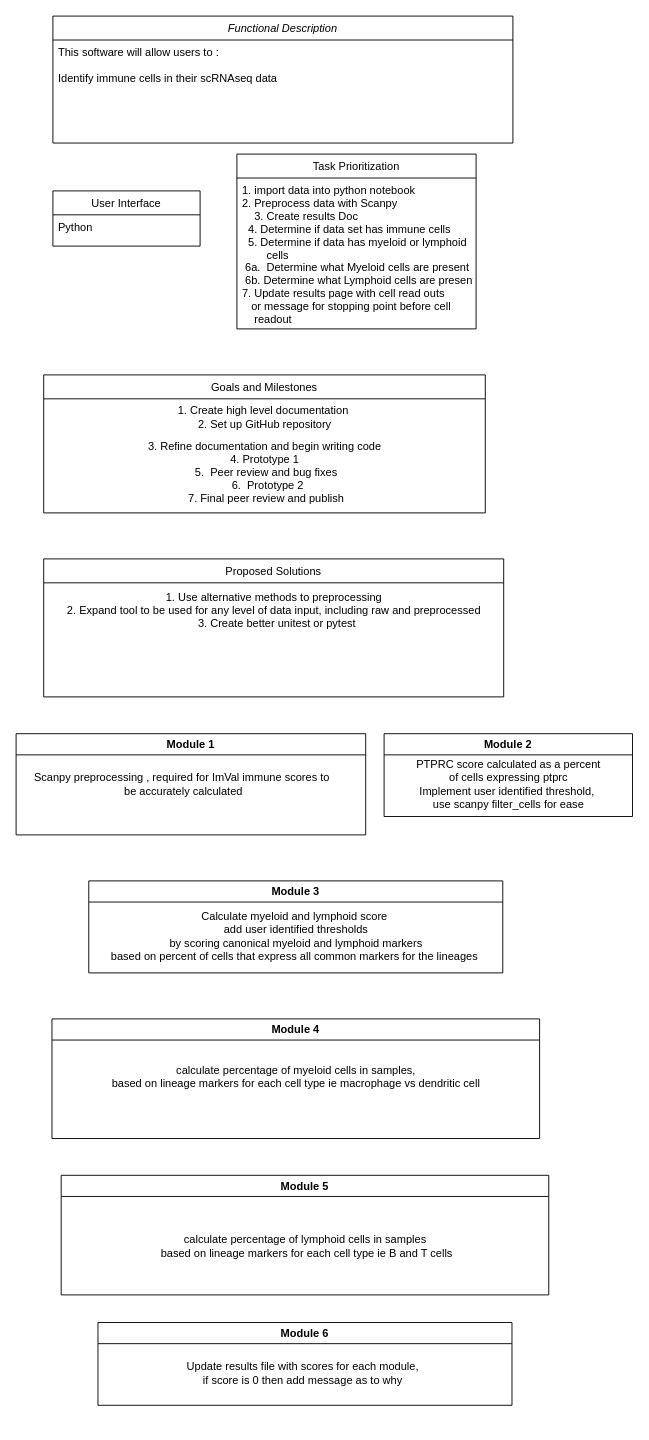
The draw.io diagram Bioinf_576_DDS for ImVal.drawio in abbyvallie/Bioinf_576_resources, before the edit. Source tidied: cells renumbered, new cells numbered last; positions are measured from the earlier drawing's top-left corner, leaving out a move shared by most shapes. Both pictures are drawn from the tidied source at 92%, with x=0, y=0 at pixel (16, 16).
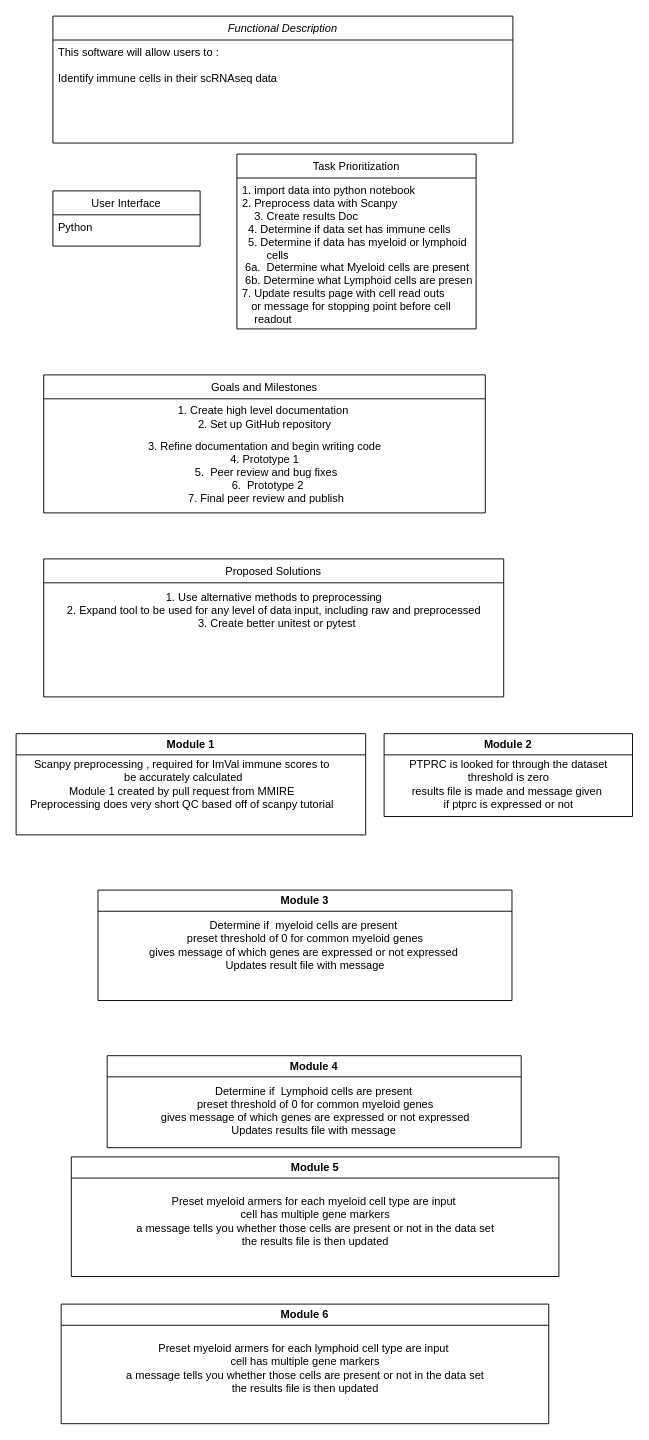
Above is the later version.

The change refers to these unchanged cells:
```xml
<mxCell id="13" value="Module 1" style="swimlane;whiteSpace=wrap;html=1;" parent="1" vertex="1">
  <mxGeometry y="780" width="380" height="110" as="geometry" />
</mxCell>
<mxCell id="15" value="Module 2" style="swimlane;whiteSpace=wrap;html=1;" parent="1" vertex="1">
  <mxGeometry x="400" y="780" width="270" height="90" as="geometry" />
</mxCell>
```

The edit, as a diff of the source:
```diff
@@
-    <mxCell id="14" value="Scanpy preprocessing , required for ImVal immune scores to&lt;br&gt;&amp;nbsp;be accurately calculated" style="text;html=1;align=center;verticalAlign=middle;strokeColor=none;fillColor=none;" parent="13" vertex="1">
-      <mxGeometry x="10" y="35" width="340" height="40" as="geometry" />
+    <mxCell id="14" value="Scanpy preprocessing , required for ImVal immune scores to&lt;br&gt;&amp;nbsp;be accurately calculated&lt;div&gt;Module 1 created by pull request from MMIRE&lt;/div&gt;&lt;div&gt;Preprocessing does very short QC based off of scanpy tutorial&lt;/div&gt;" style="text;html=1;align=center;verticalAlign=middle;strokeColor=none;fillColor=none;" parent="13" vertex="1">
+      <mxGeometry x="5" y="20" width="350" height="70" as="geometry" />
     </mxCell>
@@
-    <mxCell id="16" value="PTPRC score calculated as a percent&lt;br&gt;of cells expressing ptprc&lt;div&gt;Implement user identified threshold,&amp;nbsp;&lt;/div&gt;&lt;div&gt;use scanpy filter_cells for ease&lt;/div&gt;" style="text;html=1;align=center;verticalAlign=middle;strokeColor=none;fillColor=none;" parent="15" vertex="1">
-      <mxGeometry x="25" y="20" width="220" height="70" as="geometry" />
+    <mxCell id="16" value="PTPRC is looked for through the dataset&lt;div&gt;threshold is zero&lt;/div&gt;&lt;div&gt;results file is made and message given&amp;nbsp;&lt;/div&gt;&lt;div&gt;if ptprc is expressed or not&lt;/div&gt;" style="text;html=1;align=center;verticalAlign=middle;strokeColor=none;fillColor=none;" parent="15" vertex="1">
+      <mxGeometry x="15" y="20" width="240" height="70" as="geometry" />
     </mxCell>
+    <mxCell id="19" value="Module 5" style="swimlane;whiteSpace=wrap;html=1;" parent="1" vertex="1">
+      <mxGeometry x="60" y="1240" width="530" height="130" as="geometry" />
+    </mxCell>
+    <mxCell id="20" value="&lt;div&gt;Preset myeloid armers for each myeloid cell type are input&amp;nbsp;&lt;/div&gt;&lt;div&gt;cell has multiple gene markers&lt;/div&gt;&lt;div&gt;a message tells you whether those cells are present or not in the data set&lt;/div&gt;&lt;div&gt;the results file is then updated&lt;/div&gt;" style="text;html=1;align=center;verticalAlign=middle;strokeColor=none;fillColor=none;" parent="19" vertex="1">
+      <mxGeometry x="60" y="35" width="410" height="70" as="geometry" />
+    </mxCell>
+    <mxCell id="23" value="Module 6" style="swimlane;whiteSpace=wrap;html=1;" parent="1" vertex="1">
+      <mxGeometry x="49" y="1400" width="530" height="130" as="geometry" />
+    </mxCell>
+    <mxCell id="24" value="&lt;div&gt;Preset myeloid armers for each lymphoid cell type are input&amp;nbsp;&lt;/div&gt;&lt;div&gt;cell has multiple gene markers&lt;/div&gt;&lt;div&gt;a message tells you whether those cells are present or not in the data set&lt;/div&gt;&lt;div&gt;the results file is then updated&lt;/div&gt;" style="text;html=1;align=center;verticalAlign=middle;strokeColor=none;fillColor=none;" parent="23" vertex="1">
+      <mxGeometry x="60" y="35" width="410" height="70" as="geometry" />
+    </mxCell>
+    <mxCell id="25" value="Module 3" style="swimlane;whiteSpace=wrap;html=1;" parent="1" vertex="1">
+      <mxGeometry x="89" y="950" width="450" height="120" as="geometry" />
+    </mxCell>
+    <mxCell id="26" value="Determine if &amp;nbsp;myeloid cells are present&amp;nbsp;&lt;div&gt;preset threshold of 0 for common myeloid genes&lt;br&gt;gives message of which genes are expressed or not expressed&amp;nbsp;&lt;/div&gt;&lt;div&gt;Updates result file with message&lt;/div&gt;" style="text;html=1;align=center;verticalAlign=middle;strokeColor=none;fillColor=none;" parent="25" vertex="1">
+      <mxGeometry x="45" y="25" width="360" height="70" as="geometry" />
+    </mxCell>
-    <mxCell id="17" value="Module 3" style="swimlane;whiteSpace=wrap;html=1;" parent="1" vertex="1">
-      <mxGeometry x="79" y="940" width="450" height="100" as="geometry" />
+    <mxCell id="17" value="Module 4" style="swimlane;whiteSpace=wrap;html=1;" parent="1" vertex="1">
+      <mxGeometry x="99" y="1130" width="450" height="100" as="geometry" />
     </mxCell>
-    <mxCell id="18" value="Calculate myeloid and lymphoid score&amp;nbsp;&lt;div&gt;add user identified thresholds&lt;br&gt;by scoring canonical myeloid and lymphoid markers&lt;br&gt;based on percent of cells that express all common markers for the lineages&amp;nbsp;&lt;/div&gt;" style="text;html=1;align=center;verticalAlign=middle;strokeColor=none;fillColor=none;" parent="17" vertex="1">
-      <mxGeometry x="10" y="25" width="430" height="70" as="geometry" />
+    <mxCell id="18" value="Determine if &amp;nbsp;Lymphoid cells are present&amp;nbsp;&lt;div&gt;preset threshold of 0 for common myeloid genes&lt;br&gt;gives message of which genes are expressed or not expressed&lt;/div&gt;&lt;div&gt;Updates results file with message&amp;nbsp;&lt;/div&gt;" style="text;html=1;align=center;verticalAlign=middle;strokeColor=none;fillColor=none;" parent="17" vertex="1">
+      <mxGeometry x="46" y="25" width="360" height="70" as="geometry" />
     </mxCell>
-    <mxCell id="19" value="Module 4" style="swimlane;whiteSpace=wrap;html=1;" parent="1" vertex="1">
-      <mxGeometry x="39" y="1090" width="530" height="130" as="geometry" />
-    </mxCell>
-    <mxCell id="20" value="calculate percentage of myeloid cells in samples,&lt;br&gt;based on lineage markers for each cell type ie macrophage vs dendritic cell&lt;div&gt;&lt;br/&gt;&lt;/div&gt;" style="text;html=1;align=center;verticalAlign=middle;strokeColor=none;fillColor=none;" parent="19" vertex="1">
-      <mxGeometry x="55" y="40" width="420" height="60" as="geometry" />
-    </mxCell>
-    <mxCell id="21" value="Module 6" style="swimlane;whiteSpace=wrap;html=1;" parent="1" vertex="1">
-      <mxGeometry x="89" y="1420" width="450" height="90" as="geometry" />
-    </mxCell>
-    <mxCell id="22" value="Update results file with scores for each module,&amp;nbsp;&lt;br&gt;if score is 0 then add message as to why&amp;nbsp;" style="text;html=1;align=center;verticalAlign=middle;strokeColor=none;fillColor=none;" parent="21" vertex="1">
-      <mxGeometry x="84" y="35" width="280" height="40" as="geometry" />
-    </mxCell>
-    <mxCell id="23" value="Module 5" style="swimlane;whiteSpace=wrap;html=1;" parent="1" vertex="1">
-      <mxGeometry x="49" y="1260" width="530" height="130" as="geometry" />
-    </mxCell>
-    <mxCell id="24" value="&lt;br&gt;calculate percentage of lymphoid cells in samples&lt;div&gt;&amp;nbsp;based on lineage markers for each cell type ie B and T cells&lt;/div&gt;" style="text;html=1;align=center;verticalAlign=middle;strokeColor=none;fillColor=none;" parent="23" vertex="1">
-      <mxGeometry x="95" y="40" width="340" height="60" as="geometry" />
-    </mxCell>
```
